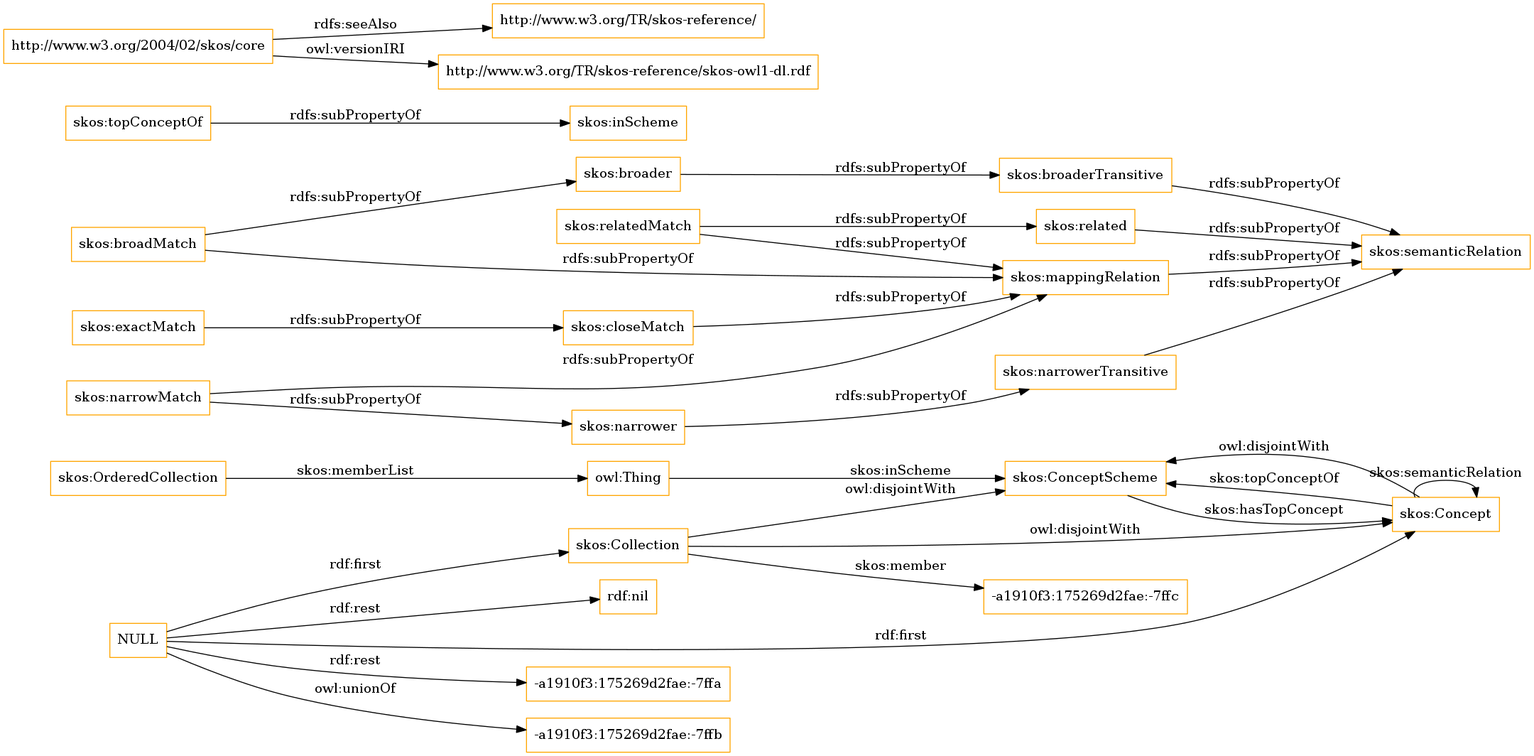
Before: OnToology/imports/skos.owl/diagrams/ar2dtool-class/skos.owl.png, a diagram exported from Graphviz (OnToologyUser/core-ontology-1). Its source is kept beside it as OnToology/imports/skos.owl/diagrams/ar2dtool-class/skos.owl.png.dot.
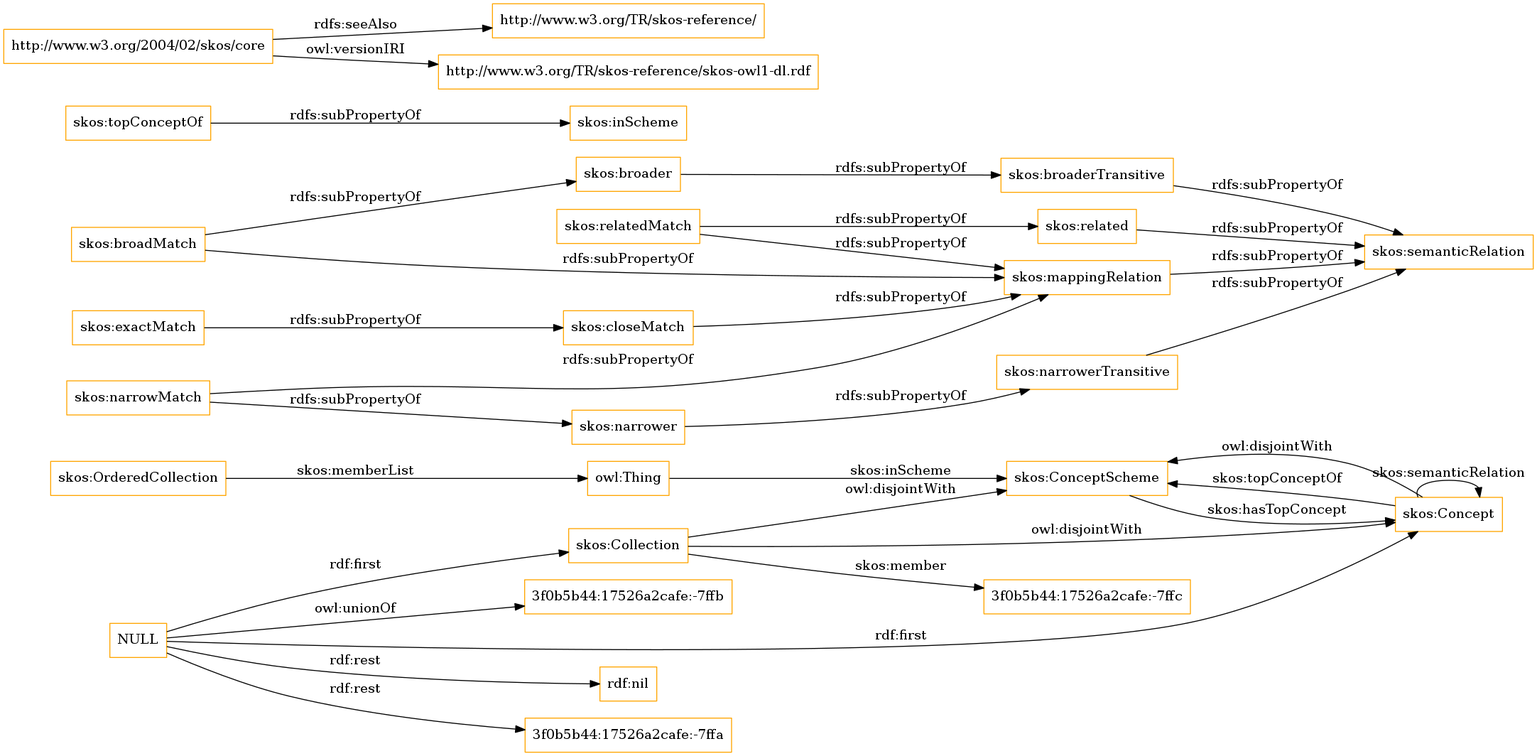
After the change.

Diff of the diagram source:
```diff
@@ -1,13 +1,13 @@
 digraph ar2dtool_diagram {
 rankdir=LR;
 size="1501"
-node [shape = rectangle, color="orange"]; "skos:OrderedCollection" "skos:ConceptScheme" "skos:Concept" "skos:Collection" "-a1910f3:175269d2fae:-7ffc" ; /*classes style*/
+node [shape = rectangle, color="orange"]; "skos:OrderedCollection" "skos:ConceptScheme" "skos:Concept" "skos:Collection" "3f0b5b44:17526a2cafe:-7ffc" ; /*classes style*/
 	"skos:narrowerTransitive" -> "skos:semanticRelation" [ label = "rdfs:subPropertyOf" ];
-	"NULL" -> "-a1910f3:175269d2fae:-7ffa" [ label = "rdf:rest" ];
-	"NULL" -> "skos:Collection" [ label = "rdf:first" ];
-	"NULL" -> "-a1910f3:175269d2fae:-7ffb" [ label = "owl:unionOf" ];
 	"NULL" -> "rdf:nil" [ label = "rdf:rest" ];
 	"NULL" -> "skos:Concept" [ label = "rdf:first" ];
+	"NULL" -> "3f0b5b44:17526a2cafe:-7ffa" [ label = "rdf:rest" ];
+	"NULL" -> "skos:Collection" [ label = "rdf:first" ];
+	"NULL" -> "3f0b5b44:17526a2cafe:-7ffb" [ label = "owl:unionOf" ];
 	"skos:closeMatch" -> "skos:mappingRelation" [ label = "rdfs:subPropertyOf" ];
 	"skos:Concept" -> "skos:ConceptScheme" [ label = "owl:disjointWith" ];
 	"skos:relatedMatch" -> "skos:related" [ label = "rdfs:subPropertyOf" ];
@@ -30,7 +30,7 @@
 	"skos:OrderedCollection" -> "owl:Thing" [ label = "skos:memberList" ];
 	"skos:Concept" -> "skos:ConceptScheme" [ label = "skos:topConceptOf" ];
 	"skos:Concept" -> "skos:Concept" [ label = "skos:semanticRelation" ];
-	"skos:Collection" -> "-a1910f3:175269d2fae:-7ffc" [ label = "skos:member" ];
+	"skos:Collection" -> "3f0b5b44:17526a2cafe:-7ffc" [ label = "skos:member" ];
 	"skos:ConceptScheme" -> "skos:Concept" [ label = "skos:hasTopConcept" ];
 	"owl:Thing" -> "skos:ConceptScheme" [ label = "skos:inScheme" ];
 
```
